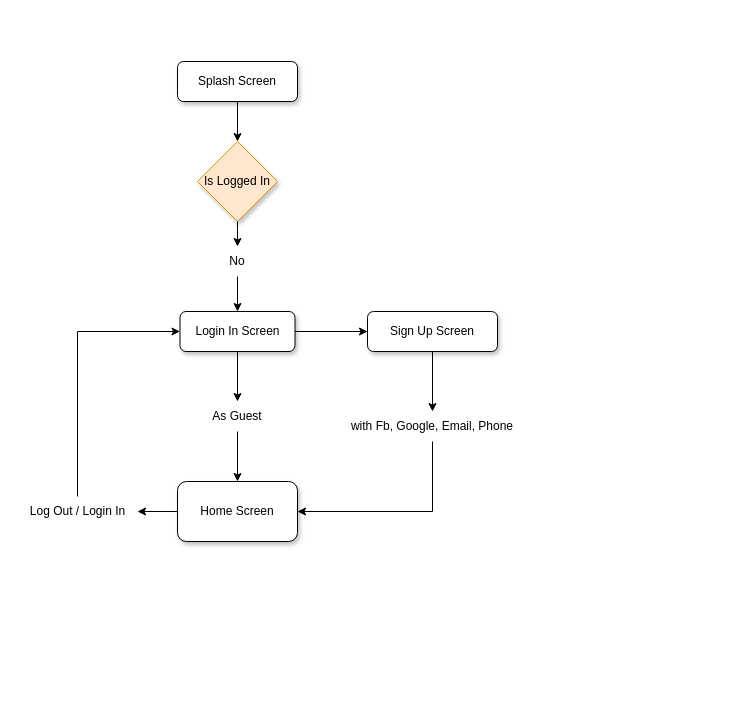
The draw.io diagram Untitled Diagram.drawio in yarith126/storage, before the edit. Source tidied: cells renumbered, new cells numbered last; positions are measured from the earlier drawing's top-left corner, leaving out a move shared by most shapes. Both pictures are drawn from the tidied source at 100%, with x=0, y=0 at pixel (17, 61).
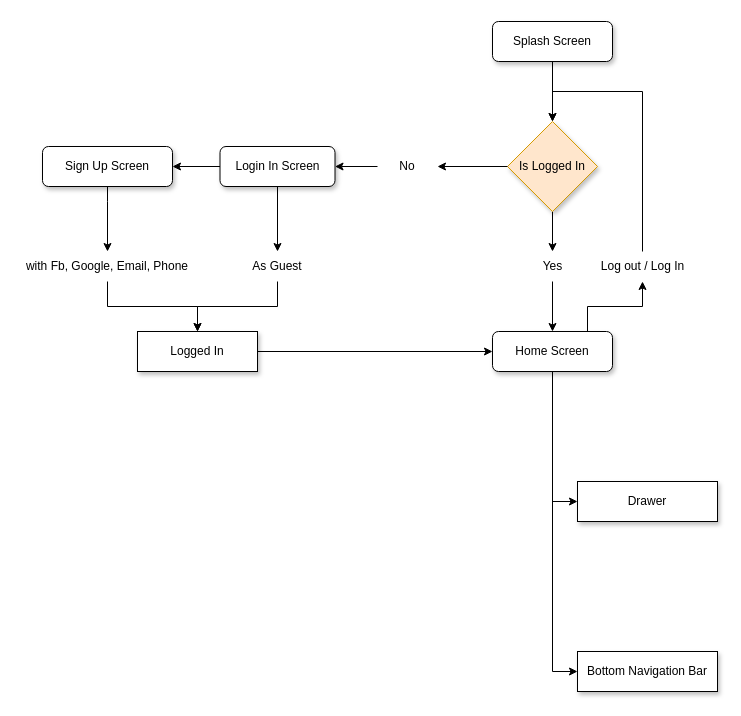
The same page after the edit.

Commit message:
book app

Change to the diagram source:
```diff
@@
     <mxCell id="3" value="Splash Screen" style="rounded=1;whiteSpace=wrap;html=1;shadow=1;" parent="1" vertex="1">
-      <mxGeometry x="160" width="120" height="40" as="geometry" />
+      <mxGeometry x="475" y="-40" width="120" height="40" as="geometry" />
     </mxCell>
+    <mxCell id="21" style="edgeStyle=orthogonalEdgeStyle;rounded=0;jettySize=auto;html=1;" parent="1" edge="1" source="4" target="32">
+      <mxGeometry relative="1" as="geometry" />
+    </mxCell>
     <mxCell id="4" value="Is Logged In" style="rhombus;whiteSpace=wrap;html=1;shadow=1;fillColor=#ffe6cc;strokeColor=#d79b00;" parent="1" vertex="1">
-      <mxGeometry x="180" y="80" width="80" height="80" as="geometry" />
+      <mxGeometry x="490" y="60" width="90" height="90" as="geometry" />
     </mxCell>
     <mxCell id="5" style="edgeStyle=orthogonalEdgeStyle;rounded=0;jettySize=auto;html=1;" parent="1" edge="1" source="6" target="14">
-      <mxGeometry relative="1" as="geometry" />
+      <mxGeometry relative="1" as="geometry">
+        <Array as="points">
+          <mxPoint x="90" y="140" />
+          <mxPoint x="90" y="140" />
+        </Array>
+      </mxGeometry>
     </mxCell>
     <mxCell id="6" value="Sign Up Screen" style="rounded=1;whiteSpace=wrap;html=1;shadow=1;" parent="1" vertex="1">
-      <mxGeometry x="350" y="250" width="130" height="40" as="geometry" />
+      <mxGeometry x="25" y="85" width="130" height="40" as="geometry" />
     </mxCell>
@@
     <mxCell id="9" value="Login In Screen" style="rounded=1;whiteSpace=wrap;html=1;shadow=1;" parent="1" vertex="1">
-      <mxGeometry x="162.5" y="250" width="115" height="40" as="geometry" />
+      <mxGeometry x="202.5" y="85" width="115" height="40" as="geometry" />
     </mxCell>
-    <mxCell id="10" style="endArrow=classic;html=1;rounded=0;exitX=0.5;exitY=1;exitDx=0;exitDy=0;" parent="1" edge="1" source="4" target="12">
+    <mxCell id="10" style="endArrow=classic;html=1;rounded=0;exitX=0;exitY=0.5;exitDx=0;exitDy=0;" parent="1" edge="1" source="4" target="12">
       <mxGeometry relative="1" as="geometry" />
     </mxCell>
@@
     <mxCell id="12" value="No" style="text;html=1;strokeColor=none;fillColor=none;align=center;verticalAlign=middle;whiteSpace=wrap;rounded=0;" parent="1" vertex="1">
-      <mxGeometry x="190" y="185" width="60" height="30" as="geometry" />
+      <mxGeometry x="360" y="90" width="60" height="30" as="geometry" />
     </mxCell>
-    <mxCell id="13" style="edgeStyle=orthogonalEdgeStyle;rounded=0;jettySize=auto;html=1;" parent="1" edge="1" source="14" target="18">
-      <mxGeometry relative="1" as="geometry">
-        <Array as="points">
-          <mxPoint x="415" y="450" />
-        </Array>
-      </mxGeometry>
-    </mxCell>
+    <mxCell id="22" style="edgeStyle=orthogonalEdgeStyle;rounded=0;jettySize=auto;html=1;" parent="1" edge="1" source="14" target="28">
+      <mxGeometry relative="1" as="geometry" />
+    </mxCell>
     <mxCell id="14" value="with Fb, Google, Email, Phone" style="text;html=1;strokeColor=none;fillColor=none;align=center;verticalAlign=middle;whiteSpace=wrap;rounded=0;" parent="1" vertex="1">
-      <mxGeometry x="325" y="350" width="180" height="30" as="geometry" />
+      <mxGeometry y="190" width="180" height="30" as="geometry" />
     </mxCell>
-    <mxCell id="15" style="edgeStyle=orthogonalEdgeStyle;rounded=0;jettySize=auto;html=1;" parent="1" edge="1" source="16" target="18">
-      <mxGeometry relative="1" as="geometry" />
-    </mxCell>
+    <mxCell id="23" style="edgeStyle=orthogonalEdgeStyle;rounded=0;jettySize=auto;html=1;" parent="1" edge="1" source="16" target="28">
+      <mxGeometry relative="1" as="geometry" />
+    </mxCell>
     <mxCell id="16" value="As Guest" style="text;html=1;strokeColor=none;fillColor=none;align=center;verticalAlign=middle;whiteSpace=wrap;rounded=0;" parent="1" vertex="1">
-      <mxGeometry x="190" y="340" width="60" height="30" as="geometry" />
+      <mxGeometry x="230" y="190" width="60" height="30" as="geometry" />
     </mxCell>
-    <mxCell id="17" style="edgeStyle=orthogonalEdgeStyle;rounded=0;jettySize=auto;html=1;" parent="1" edge="1" source="18" target="20">
-      <mxGeometry relative="1" as="geometry" />
-    </mxCell>
+    <mxCell id="24" style="edgeStyle=orthogonalEdgeStyle;rounded=0;jettySize=auto;html=1;" parent="1" edge="1" source="18" target="30">
+      <mxGeometry relative="1" as="geometry">
+        <Array as="points">
+          <mxPoint x="570" y="245" />
+          <mxPoint x="625" y="245" />
+        </Array>
+      </mxGeometry>
+    </mxCell>
+    <mxCell id="25" style="edgeStyle=orthogonalEdgeStyle;rounded=0;jettySize=auto;html=1;entryX=0;entryY=0.5;entryDx=0;entryDy=0;" parent="1" edge="1" source="18" target="33">
+      <mxGeometry relative="1" as="geometry" />
+    </mxCell>
+    <mxCell id="26" style="edgeStyle=orthogonalEdgeStyle;rounded=0;jettySize=auto;html=1;entryX=0;entryY=0.5;entryDx=0;entryDy=0;" parent="1" edge="1" source="18" target="34">
+      <mxGeometry relative="1" as="geometry" />
+    </mxCell>
     <mxCell id="18" value="Home Screen" style="rounded=1;whiteSpace=wrap;html=1;shadow=1;" parent="1" vertex="1">
-      <mxGeometry x="160" y="420" width="120" height="60" as="geometry" />
+      <mxGeometry x="475" y="270" width="120" height="40" as="geometry" />
     </mxCell>
-    <mxCell id="19" style="edgeStyle=orthogonalEdgeStyle;rounded=0;jettySize=auto;html=1;entryX=0;entryY=0.5;entryDx=0;entryDy=0;" parent="1" edge="1" source="20" target="9">
-      <mxGeometry relative="1" as="geometry">
-        <Array as="points">
-          <mxPoint x="60" y="270" />
-        </Array>
-      </mxGeometry>
-    </mxCell>
-    <mxCell id="20" value="Log Out / Login In" style="text;html=1;align=center;verticalAlign=middle;points=[];strokeColor=none;fillColor=none;" parent="1" vertex="1">
-      <mxGeometry y="435" width="120" height="30" as="geometry" />
-    </mxCell>
+    <mxCell id="27" style="edgeStyle=orthogonalEdgeStyle;rounded=0;jettySize=auto;html=1;" parent="1" edge="1" source="28" target="18">
+      <mxGeometry relative="1" as="geometry" />
+    </mxCell>
+    <mxCell id="28" value="Logged In" style="whiteSpace=wrap;html=1;shadow=1;" parent="1" vertex="1">
+      <mxGeometry x="120" y="270" width="120" height="40" as="geometry" />
+    </mxCell>
+    <mxCell id="29" style="edgeStyle=orthogonalEdgeStyle;rounded=0;jettySize=auto;html=1;entryX=0.5;entryY=0;entryDx=0;entryDy=0;" parent="1" edge="1" source="30" target="4">
+      <mxGeometry relative="1" as="geometry">
+        <Array as="points">
+          <mxPoint x="625" y="30" />
+          <mxPoint x="535" y="30" />
+        </Array>
+      </mxGeometry>
+    </mxCell>
+    <mxCell id="30" value="Log out / Log In" style="text;html=1;align=center;verticalAlign=middle;points=[];strokeColor=none;fillColor=none;" parent="1" vertex="1">
+      <mxGeometry x="570" y="190" width="110" height="30" as="geometry" />
+    </mxCell>
+    <mxCell id="31" style="edgeStyle=orthogonalEdgeStyle;rounded=0;jettySize=auto;html=1;" parent="1" edge="1" source="32" target="18">
+      <mxGeometry relative="1" as="geometry" />
+    </mxCell>
+    <mxCell id="32" value="Yes" style="text;html=1;align=center;verticalAlign=middle;points=[];strokeColor=none;fillColor=none;" parent="1" vertex="1">
+      <mxGeometry x="515" y="190" width="40" height="30" as="geometry" />
+    </mxCell>
+    <mxCell id="33" value="Drawer" style="whiteSpace=wrap;html=1;shadow=1;" parent="1" vertex="1">
+      <mxGeometry x="560" y="420" width="140" height="40" as="geometry" />
+    </mxCell>
+    <mxCell id="34" value="Bottom Navigation Bar" style="whiteSpace=wrap;html=1;shadow=1;" parent="1" vertex="1">
+      <mxGeometry x="560" y="590" width="140" height="40" as="geometry" />
+    </mxCell>
```
